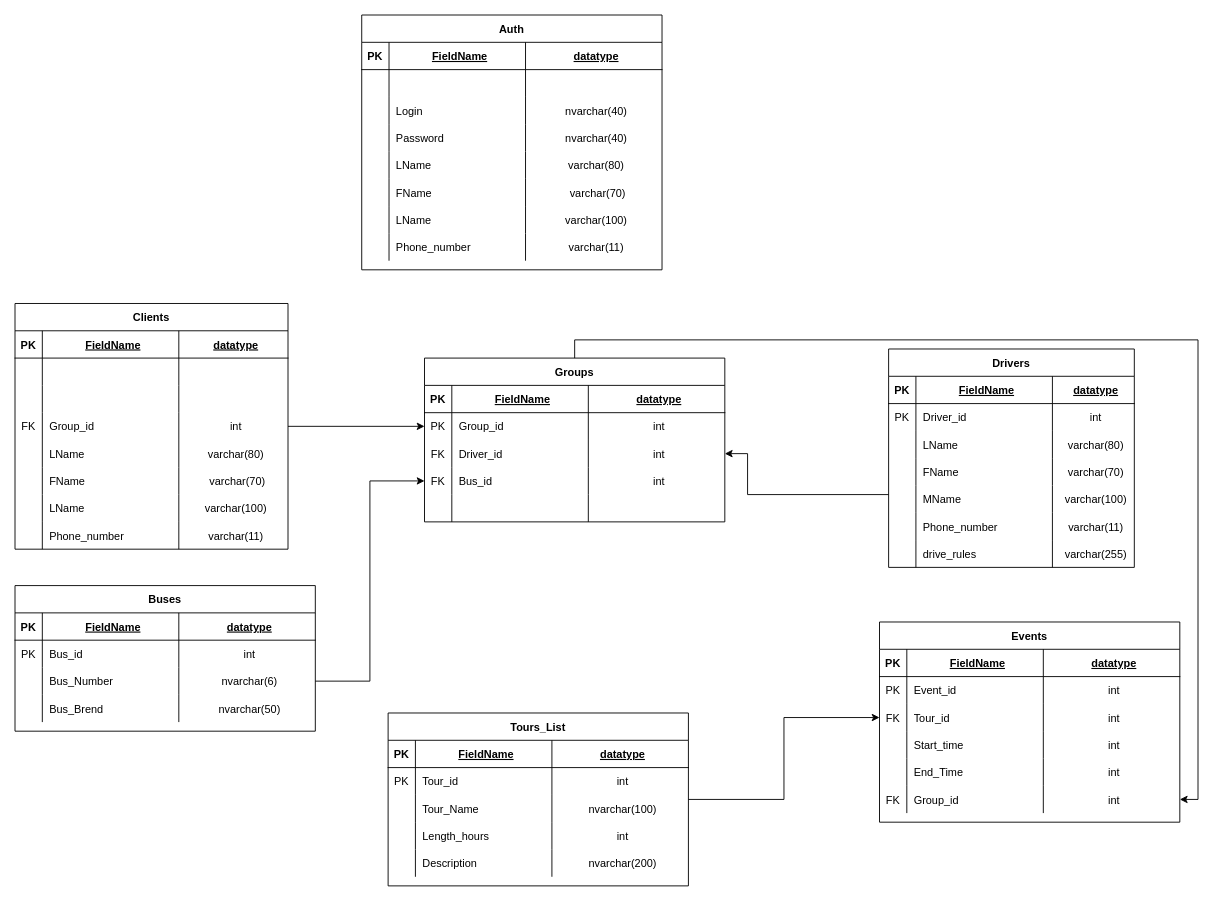
The draw.io diagram page "ДМБД" (2 of 4) of Diagramma_bez_nazvania.drawio in dima2015rl/test, before the edit. Source tidied: cells renumbered, new cells numbered last; positions are measured from the earlier drawing's top-left corner, leaving out a move shared by most shapes. Both pictures are drawn from the tidied source at 91%, with x=0, y=0 at pixel (15, 15).
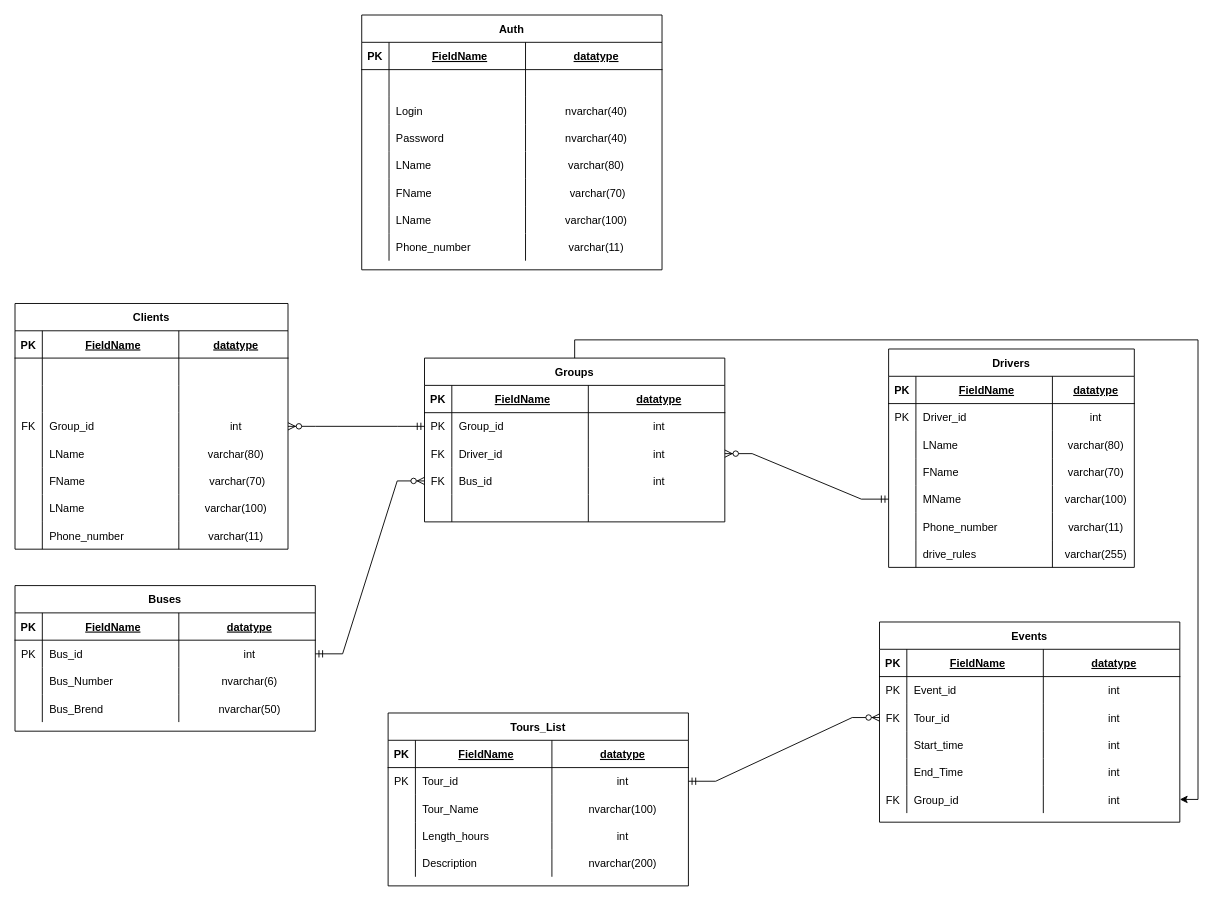
The same diagram, later.

Unchanged cells that the change refers to:
```xml
<mxCell id="40" style="shape=partialRectangle;fillColor=none;top=0;left=0;bottom=0;right=0;points=[[0,0.5],[1,0.5]];portConstraint=eastwest;" parent="35" vertex="1">
  <mxGeometry y="60" width="330" height="30" as="geometry" />
</mxCell>
<mxCell id="44" style="shape=partialRectangle;fillColor=none;top=0;left=0;bottom=0;right=0;points=[[0,0.5],[1,0.5]];portConstraint=eastwest;" parent="35" vertex="1">
  <mxGeometry y="90" width="330" height="30" as="geometry" />
</mxCell>
<mxCell id="57" style="shape=partialRectangle;fillColor=none;top=0;left=0;bottom=0;right=0;points=[[0,0.5],[1,0.5]];portConstraint=eastwest;" parent="52" vertex="1">
  <mxGeometry y="60" width="330" height="30" as="geometry" />
</mxCell>
<mxCell id="61" style="shape=partialRectangle;fillColor=none;top=0;left=0;bottom=0;right=0;points=[[0,0.5],[1,0.5]];portConstraint=eastwest;" parent="52" vertex="1">
  <mxGeometry y="90" width="330" height="30" as="geometry" />
</mxCell>
<mxCell id="65" style="shape=partialRectangle;fillColor=none;top=0;left=0;bottom=0;right=0;points=[[0,0.5],[1,0.5]];portConstraint=eastwest;" parent="52" vertex="1">
  <mxGeometry y="120" width="330" height="30" as="geometry" />
</mxCell>
<mxCell id="75" value="Drivers" style="shape=table;startSize=30;childLayout=tableLayout;rowLines=0;fontStyle=1;align=center;" parent="1" vertex="1">
  <mxGeometry x="960" y="367" width="270" height="240" as="geometry" />
</mxCell>
<mxCell id="92" style="shape=partialRectangle;fillColor=none;top=0;left=0;bottom=0;right=0;points=[[0,0.5],[1,0.5]];portConstraint=eastwest;" parent="75" vertex="1">
  <mxGeometry y="150" width="270" height="30" as="geometry" />
</mxCell>
<mxCell id="114" style="shape=partialRectangle;fillColor=none;top=0;left=0;bottom=0;right=0;points=[[0,0.5],[1,0.5]];portConstraint=eastwest;" parent="105" vertex="1">
  <mxGeometry y="90" width="330" height="30" as="geometry" />
</mxCell>
<mxCell id="131" value="Tours_List" style="shape=table;startSize=30;childLayout=tableLayout;rowLines=0;fontStyle=1;align=center;" parent="1" vertex="1">
  <mxGeometry x="410" y="767" width="330" height="190" as="geometry" />
</mxCell>
<mxCell id="136" style="shape=partialRectangle;fillColor=none;top=0;left=0;bottom=0;right=0;points=[[0,0.5],[1,0.5]];portConstraint=eastwest;" parent="131" vertex="1">
  <mxGeometry y="60" width="330" height="30" as="geometry" />
</mxCell>
<mxCell id="153" value="Clients" style="shape=table;startSize=30;childLayout=tableLayout;rowLines=0;fontStyle=1;align=center;" parent="1" vertex="1">
  <mxGeometry y="317" width="300" height="270" as="geometry" />
</mxCell>
<mxCell id="166" style="shape=partialRectangle;fillColor=none;top=0;left=0;bottom=0;right=0;points=[[0,0.5],[1,0.5]];portConstraint=eastwest;" parent="153" vertex="1">
  <mxGeometry y="120" width="300" height="30" as="geometry" />
</mxCell>
```

What changed in the source:
```diff
@@
-    <mxCell id="73" style="edgeStyle=orthogonalEdgeStyle;rounded=0;jettySize=auto;html=1;entryX=0;entryY=0.5;entryDx=0;entryDy=0;" parent="1" edge="1" source="44" target="65">
-      <mxGeometry relative="1" as="geometry" />
-    </mxCell>
-    <mxCell id="74" style="edgeStyle=orthogonalEdgeStyle;rounded=0;jettySize=auto;html=1;entryX=1;entryY=0.5;entryDx=0;entryDy=0;" parent="1" edge="1" source="75" target="61">
-      <mxGeometry relative="1" as="geometry">
-        <Array as="points">
-          <mxPoint x="805" y="527" />
-          <mxPoint x="805" y="482" />
-        </Array>
-      </mxGeometry>
-    </mxCell>
@@
-    <mxCell id="130" style="edgeStyle=orthogonalEdgeStyle;rounded=0;jettySize=auto;html=1;entryX=0;entryY=0.5;entryDx=0;entryDy=0;" parent="1" edge="1" source="131" target="114">
-      <mxGeometry relative="1" as="geometry" />
-    </mxCell>
@@
-    <mxCell id="152" style="edgeStyle=orthogonalEdgeStyle;rounded=0;jettySize=auto;html=1;" parent="1" edge="1" source="153" target="57">
-      <mxGeometry relative="1" as="geometry" />
-    </mxCell>
@@
+    <mxCell id="186" style="edgeStyle=entityRelationEdgeStyle;fontSize=12;html=1;endArrow=ERzeroToMany;startArrow=ERmandOne;rounded=0;exitX=0;exitY=0.5;exitDx=0;exitDy=0;entryX=1;entryY=0.5;entryDx=0;entryDy=0;" parent="1" edge="1" source="92" target="61">
+      <mxGeometry relative="1" as="geometry" />
+    </mxCell>
+    <mxCell id="187" style="edgeStyle=entityRelationEdgeStyle;fontSize=12;html=1;endArrow=ERzeroToMany;startArrow=ERmandOne;rounded=0;exitX=1;exitY=0.5;exitDx=0;exitDy=0;entryX=0;entryY=0.5;entryDx=0;entryDy=0;" parent="1" edge="1" source="40" target="65">
+      <mxGeometry x="0.38" y="48" relative="1" as="geometry" />
+    </mxCell>
+    <mxCell id="188" style="edgeStyle=entityRelationEdgeStyle;fontSize=12;html=1;endArrow=ERzeroToMany;startArrow=ERmandOne;rounded=0;exitX=1;exitY=0.5;exitDx=0;exitDy=0;entryX=0;entryY=0.5;entryDx=0;entryDy=0;" parent="1" edge="1" source="136" target="114">
+      <mxGeometry x="0.38" y="48" relative="1" as="geometry" />
+    </mxCell>
+    <mxCell id="189" style="edgeStyle=entityRelationEdgeStyle;fontSize=12;html=1;endArrow=ERzeroToMany;startArrow=ERmandOne;rounded=0;entryX=1;entryY=0.5;entryDx=0;entryDy=0;exitX=0;exitY=0.5;exitDx=0;exitDy=0;" parent="1" edge="1" source="57" target="166">
+      <mxGeometry x="0.38" y="48" relative="1" as="geometry" />
+    </mxCell>
```
